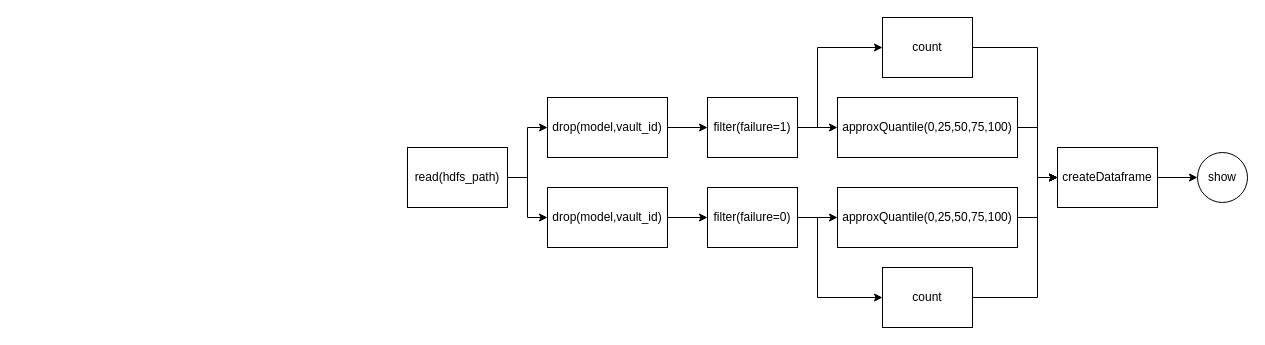
matteo-conti-97/SABD_Project_1 keeps this draw.io diagram as report/res/query3_dag.drawio. Above is the earlier version. Source tidied: cells renumbered, new cells numbered last; positions are measured from the earlier drawing's top-left corner, leaving out a move shared by most shapes. Both pictures are drawn from the tidied source at 100%, with x=0, y=0 at pixel (407, 17).
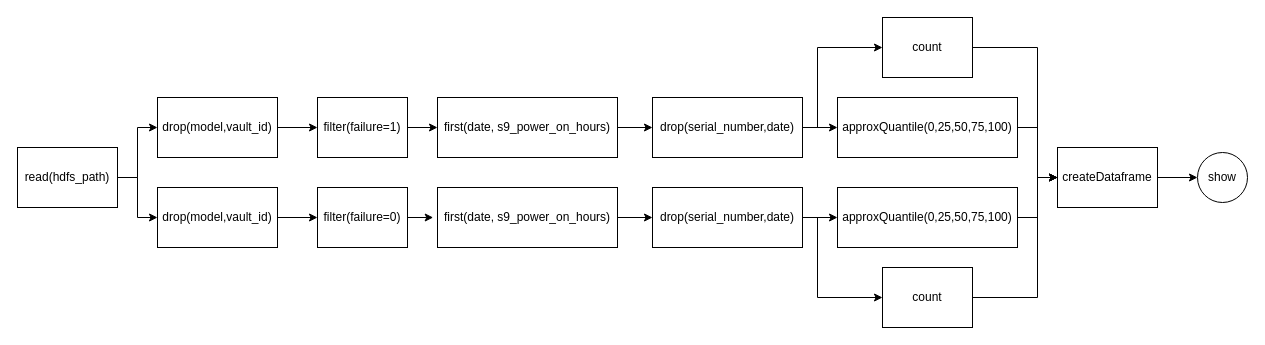
After the change.

The change refers to these unchanged cells:
```xml
<mxCell id="8" value="approxQuantile(0,25,50,75,100)" style="rounded=0;whiteSpace=wrap;html=1;" parent="1" vertex="1">
  <mxGeometry x="430" y="80" width="180" height="60" as="geometry" />
</mxCell>
<mxCell id="19" value="approxQuantile(0,25,50,75,100)" style="rounded=0;whiteSpace=wrap;html=1;" parent="1" vertex="1">
  <mxGeometry x="430" y="170" width="180" height="60" as="geometry" />
</mxCell>
<mxCell id="23" value="count" style="rounded=0;whiteSpace=wrap;html=1;" parent="1" vertex="1">
  <mxGeometry x="475" width="90" height="60" as="geometry" />
</mxCell>
<mxCell id="25" value="count" style="rounded=0;whiteSpace=wrap;html=1;" parent="1" vertex="1">
  <mxGeometry x="475" y="250" width="90" height="60" as="geometry" />
</mxCell>
```

The edit, as a diff of the source:
```diff
@@
     <mxCell id="3" value="drop(model,vault_id)" style="rounded=0;whiteSpace=wrap;html=1;" parent="1" vertex="1">
-      <mxGeometry x="140" y="80" width="120" height="60" as="geometry" />
+      <mxGeometry x="-250" y="80" width="120" height="60" as="geometry" />
     </mxCell>
-    <mxCell id="4" style="edgeStyle=orthogonalEdgeStyle;rounded=0;jettySize=auto;html=1;exitX=1;exitY=0.5;exitDx=0;exitDy=0;entryX=0;entryY=0.5;entryDx=0;entryDy=0;" parent="1" edge="1" source="6" target="8">
-      <mxGeometry relative="1" as="geometry" />
-    </mxCell>
-    <mxCell id="5" style="edgeStyle=orthogonalEdgeStyle;rounded=0;jettySize=auto;html=1;exitX=1;exitY=0.5;exitDx=0;exitDy=0;entryX=0;entryY=0.5;entryDx=0;entryDy=0;" parent="1" edge="1" source="6" target="23">
-      <mxGeometry relative="1" as="geometry">
-        <Array as="points">
-          <mxPoint x="410" y="110" />
-          <mxPoint x="410" y="30" />
-        </Array>
-      </mxGeometry>
-    </mxCell>
+    <mxCell id="26" style="edgeStyle=orthogonalEdgeStyle;rounded=0;jettySize=auto;html=1;exitX=1;exitY=0.5;exitDx=0;exitDy=0;entryX=0;entryY=0.5;entryDx=0;entryDy=0;" parent="1" edge="1" source="6" target="30">
+      <mxGeometry relative="1" as="geometry" />
+    </mxCell>
     <mxCell id="6" value="filter(failure=1)" style="rounded=0;whiteSpace=wrap;html=1;" parent="1" vertex="1">
-      <mxGeometry x="300" y="80" width="90" height="60" as="geometry" />
+      <mxGeometry x="-90" y="80" width="90" height="60" as="geometry" />
     </mxCell>
@@
     <mxCell id="12" value="read(hdfs_path)" style="rounded=0;whiteSpace=wrap;html=1;" parent="1" vertex="1">
-      <mxGeometry y="130" width="100" height="60" as="geometry" />
+      <mxGeometry x="-390" y="130" width="100" height="60" as="geometry" />
     </mxCell>
@@
     <mxCell id="14" value="drop(model,vault_id)" style="rounded=0;whiteSpace=wrap;html=1;" parent="1" vertex="1">
-      <mxGeometry x="140" y="170" width="120" height="60" as="geometry" />
+      <mxGeometry x="-250" y="170" width="120" height="60" as="geometry" />
     </mxCell>
-    <mxCell id="15" style="edgeStyle=orthogonalEdgeStyle;rounded=0;jettySize=auto;html=1;exitX=1;exitY=0.5;exitDx=0;exitDy=0;entryX=0;entryY=0.5;entryDx=0;entryDy=0;" parent="1" edge="1" source="17" target="19">
-      <mxGeometry relative="1" as="geometry" />
-    </mxCell>
-    <mxCell id="16" style="edgeStyle=orthogonalEdgeStyle;rounded=0;jettySize=auto;html=1;exitX=1;exitY=0.5;exitDx=0;exitDy=0;entryX=0;entryY=0.5;entryDx=0;entryDy=0;" parent="1" edge="1" source="17" target="25">
-      <mxGeometry relative="1" as="geometry">
-        <Array as="points">
-          <mxPoint x="410" y="200" />
-          <mxPoint x="410" y="280" />
-        </Array>
-      </mxGeometry>
-    </mxCell>
     <mxCell id="17" value="filter(failure=0)" style="rounded=0;whiteSpace=wrap;html=1;" parent="1" vertex="1">
-      <mxGeometry x="300" y="170" width="90" height="60" as="geometry" />
+      <mxGeometry x="-90" y="170" width="90" height="60" as="geometry" />
     </mxCell>
@@
+    <mxCell id="27" style="edgeStyle=orthogonalEdgeStyle;rounded=0;jettySize=auto;html=1;exitX=1;exitY=0.5;exitDx=0;exitDy=0;entryX=0;entryY=0.5;entryDx=0;entryDy=0;" parent="1" edge="1" source="28" target="36">
+      <mxGeometry relative="1" as="geometry" />
+    </mxCell>
+    <mxCell id="28" value="first(date, s9_power_on_hours)" style="rounded=0;whiteSpace=wrap;html=1;" parent="1" vertex="1">
+      <mxGeometry x="30" y="170" width="180" height="60" as="geometry" />
+    </mxCell>
+    <mxCell id="29" style="edgeStyle=orthogonalEdgeStyle;rounded=0;jettySize=auto;html=1;exitX=1;exitY=0.5;exitDx=0;exitDy=0;entryX=0;entryY=0.5;entryDx=0;entryDy=0;" parent="1" edge="1" source="30" target="33">
+      <mxGeometry relative="1" as="geometry" />
+    </mxCell>
+    <mxCell id="30" value="first(date, s9_power_on_hours)" style="rounded=0;whiteSpace=wrap;html=1;" parent="1" vertex="1">
+      <mxGeometry x="30" y="80" width="180" height="60" as="geometry" />
+    </mxCell>
+    <mxCell id="31" style="edgeStyle=orthogonalEdgeStyle;rounded=0;jettySize=auto;html=1;exitX=1;exitY=0.5;exitDx=0;exitDy=0;entryX=0;entryY=0.5;entryDx=0;entryDy=0;" parent="1" edge="1" source="33" target="8">
+      <mxGeometry relative="1" as="geometry" />
+    </mxCell>
+    <mxCell id="32" style="edgeStyle=orthogonalEdgeStyle;rounded=0;jettySize=auto;html=1;exitX=1;exitY=0.5;exitDx=0;exitDy=0;entryX=0;entryY=0.5;entryDx=0;entryDy=0;" parent="1" edge="1" source="33" target="23">
+      <mxGeometry relative="1" as="geometry">
+        <Array as="points">
+          <mxPoint x="410" y="110" />
+          <mxPoint x="410" y="30" />
+        </Array>
+      </mxGeometry>
+    </mxCell>
+    <mxCell id="33" value="drop(serial_number,date)" style="rounded=0;whiteSpace=wrap;html=1;" parent="1" vertex="1">
+      <mxGeometry x="245" y="80" width="150" height="60" as="geometry" />
+    </mxCell>
+    <mxCell id="34" style="edgeStyle=orthogonalEdgeStyle;rounded=0;jettySize=auto;html=1;exitX=1;exitY=0.5;exitDx=0;exitDy=0;entryX=0;entryY=0.5;entryDx=0;entryDy=0;" parent="1" edge="1" source="36" target="19">
+      <mxGeometry relative="1" as="geometry" />
+    </mxCell>
+    <mxCell id="35" style="edgeStyle=orthogonalEdgeStyle;rounded=0;jettySize=auto;html=1;exitX=1;exitY=0.5;exitDx=0;exitDy=0;entryX=0;entryY=0.5;entryDx=0;entryDy=0;" parent="1" edge="1" source="36" target="25">
+      <mxGeometry relative="1" as="geometry">
+        <Array as="points">
+          <mxPoint x="410" y="200" />
+          <mxPoint x="410" y="280" />
+        </Array>
+      </mxGeometry>
+    </mxCell>
+    <mxCell id="36" value="drop(serial_number,date)" style="rounded=0;whiteSpace=wrap;html=1;" parent="1" vertex="1">
+      <mxGeometry x="245" y="170" width="150" height="60" as="geometry" />
+    </mxCell>
+    <mxCell id="37" style="edgeStyle=orthogonalEdgeStyle;rounded=0;jettySize=auto;html=1;exitX=1;exitY=0.5;exitDx=0;exitDy=0;entryX=-0.024;entryY=0.491;entryDx=0;entryDy=0;entryPerimeter=0;" parent="1" edge="1" source="17" target="28">
+      <mxGeometry relative="1" as="geometry" />
+    </mxCell>
```
